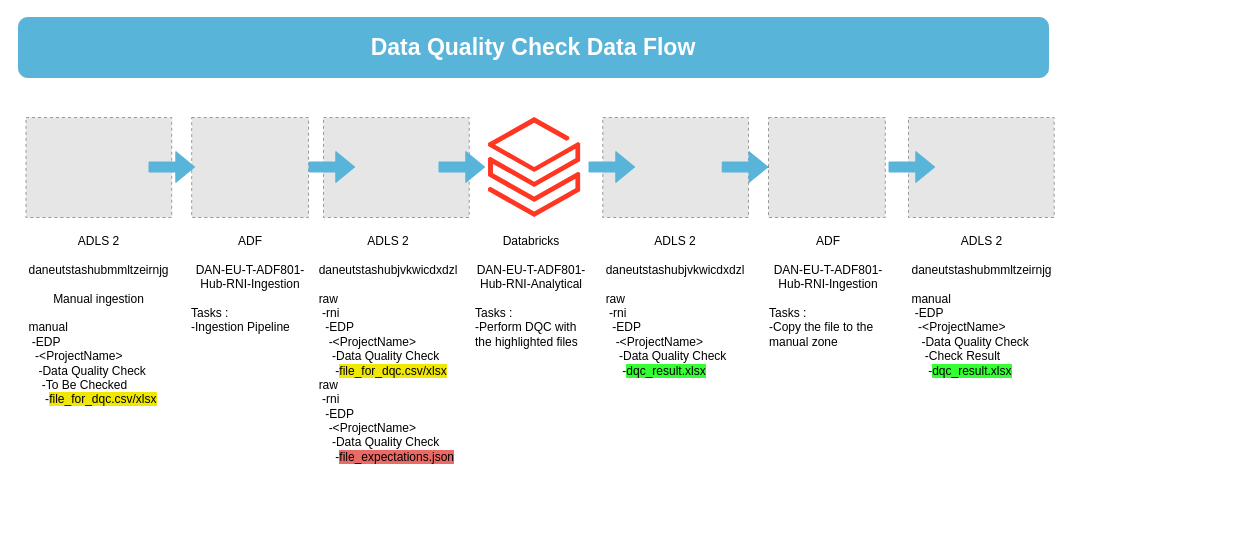
rawaaghali1/Streamlit_Data_Quality_Check keeps this draw.io diagram as Diagram test.drawio. Above is the earlier version. Source tidied: cells renumbered, new cells numbered last; positions are measured from the earlier drawing's top-left corner, leaving out a move shared by most shapes. Both pictures are drawn from the tidied source at 100%, with x=0, y=0 at pixel (18, 17). Pictures stored in the file or linked from it are replaced by grey dashed boxes.
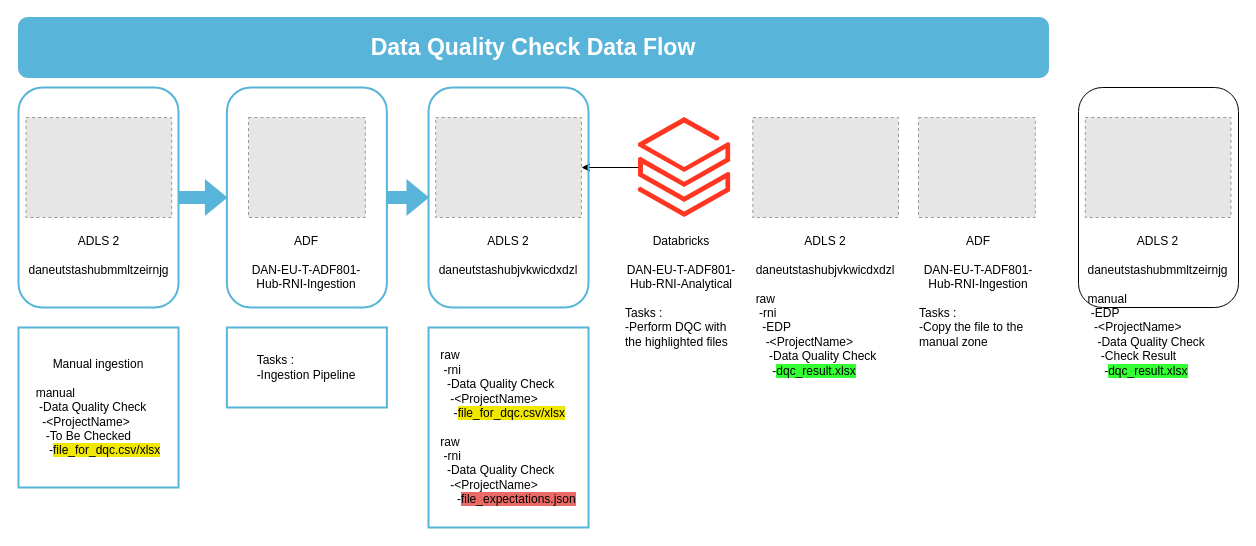
After the change.

The change refers to these unchanged cells:
```xml
<mxCell id="5" style="fillColor=#E6E6E6;strokeColor=#999999;dashed=1;verticalLabelPosition=bottom;labelBackgroundColor=default;verticalAlign=top;" parent="1" vertex="1">
  <mxGeometry x="7.5" y="100" width="145.7" height="100" as="geometry" />
</mxCell>
```

Diff of the diagram source:
```diff
@@
+    <mxCell id="25" style="rounded=1;whiteSpace=wrap;html=1;" parent="1" vertex="1">
+      <mxGeometry x="1060" y="70" width="160" height="220" as="geometry" />
+    </mxCell>
+    <mxCell id="26" style="edgeStyle=orthogonalEdgeStyle;rounded=0;jettySize=auto;html=1;exitX=1;exitY=0.5;exitDx=0;exitDy=0;entryX=0;entryY=0.5;entryDx=0;entryDy=0;strokeColor=#59b4d9;strokeWidth=2;shape=flexArrow;fillColor=#59b4d9;" parent="1" edge="1" source="27" target="32">
+      <mxGeometry relative="1" as="geometry" />
+    </mxCell>
+    <mxCell id="27" style="rounded=1;whiteSpace=wrap;html=1;fillColor=none;strokeColor=#59b4d9;strokeWidth=2;" parent="1" vertex="1">
+      <mxGeometry y="70" width="160" height="220" as="geometry" />
+    </mxCell>
     <mxCell id="2" style="fillColor=#E6E6E6;strokeColor=#999999;dashed=1;verticalLabelPosition=bottom;labelBackgroundColor=default;verticalAlign=top;" parent="1" vertex="1">
-      <mxGeometry x="584.3" y="100" width="145.7" height="100" as="geometry" />
+      <mxGeometry x="734.3" y="100" width="145.7" height="100" as="geometry" />
     </mxCell>
+    <mxCell id="28" style="edgeStyle=orthogonalEdgeStyle;rounded=0;jettySize=auto;html=1;" parent="1" edge="1" source="3" target="7">
+      <mxGeometry relative="1" as="geometry" />
+    </mxCell>
     <mxCell id="3" style="image;html=1;points=[];align=center;fontSize=12;image=img/lib/azure2/analytics/Azure_Databricks.svg;" parent="1" vertex="1">
-      <mxGeometry x="470" y="100" width="92.4" height="100" as="geometry" />
+      <mxGeometry x="620" y="100" width="92.4" height="100" as="geometry" />
     </mxCell>
-    <mxCell id="4" style="edgeStyle=orthogonalEdgeStyle;rounded=0;jettySize=auto;html=1;" parent="1" edge="1" source="5" target="9">
-      <mxGeometry relative="1" as="geometry" />
-    </mxCell>
@@
-    <mxCell id="6" value="ADLS 2&lt;br&gt;&lt;br&gt;daneutstashubmmltzeirnjg&lt;br&gt;&lt;br&gt;Manual ingestion&lt;br&gt;&lt;br&gt;&lt;div style=&quot;text-align: left;&quot;&gt;manual&lt;/div&gt;&lt;div style=&quot;text-align: left;&quot;&gt;&amp;nbsp;-EDP&lt;/div&gt;&lt;div style=&quot;text-align: left;&quot;&gt;&lt;span style=&quot;background-color: initial;&quot;&gt;&amp;nbsp; -&amp;lt;ProjectName&amp;gt;&lt;/span&gt;&lt;/div&gt;&lt;div style=&quot;text-align: left;&quot;&gt;&lt;span style=&quot;background-color: initial;&quot;&gt;&amp;nbsp; &amp;nbsp;-Data Quality Check&lt;/span&gt;&lt;/div&gt;&lt;div style=&quot;text-align: left;&quot;&gt;&lt;span style=&quot;background-color: initial;&quot;&gt;&amp;nbsp; &amp;nbsp; -To Be Checked&lt;/span&gt;&lt;/div&gt;&lt;div style=&quot;text-align: left;&quot;&gt;&lt;span style=&quot;background-color: initial;&quot;&gt;&amp;nbsp; &amp;nbsp; &amp;nbsp;-&lt;/span&gt;&lt;span style=&quot;background-color: rgb(240, 232, 0);&quot;&gt;file_for_dqc.csv/xlsx&lt;/span&gt;&lt;/div&gt;" style="text;strokeColor=none;align=center;fillColor=none;html=1;verticalAlign=top;whiteSpace=wrap;rounded=0;" parent="1" vertex="1">
-      <mxGeometry y="210" width="160.7" height="90" as="geometry" />
+    <mxCell id="6" value="ADLS 2&lt;br&gt;&lt;br&gt;daneutstashubmmltzeirnjg" style="text;strokeColor=none;align=center;fillColor=none;html=1;verticalAlign=top;whiteSpace=wrap;rounded=0;" parent="1" vertex="1">
+      <mxGeometry y="210" width="160.7" height="60" as="geometry" />
     </mxCell>
     <mxCell id="7" style="fillColor=#E6E6E6;strokeColor=#999999;dashed=1;verticalLabelPosition=bottom;labelBackgroundColor=default;verticalAlign=top;" parent="1" vertex="1">
-      <mxGeometry x="305" y="100" width="145.7" height="100" as="geometry" />
+      <mxGeometry x="417.2" y="100" width="145.7" height="100" as="geometry" />
     </mxCell>
-    <mxCell id="8" value="ADLS 2&lt;br&gt;&lt;br&gt;daneutstashubjvkwicdxdzl&lt;br&gt;&lt;br&gt;&lt;div style=&quot;text-align: left;&quot;&gt;raw&lt;/div&gt;&lt;div style=&quot;text-align: left;&quot;&gt;&amp;nbsp;-rni&lt;/div&gt;&lt;div style=&quot;text-align: left;&quot;&gt;&amp;nbsp; -EDP&lt;/div&gt;&lt;div style=&quot;text-align: left;&quot;&gt;&amp;nbsp; &amp;nbsp;-&amp;lt;ProjectName&amp;gt;&lt;/div&gt;&lt;div style=&quot;text-align: left;&quot;&gt;&amp;nbsp; &amp;nbsp; -&lt;span style=&quot;background-color: initial;&quot;&gt;Data Quality Check&lt;/span&gt;&lt;/div&gt;&lt;div style=&quot;text-align: left;&quot;&gt;&lt;span style=&quot;background-color: initial;&quot;&gt;&amp;nbsp; &amp;nbsp; &amp;nbsp;-&lt;/span&gt;&lt;span style=&quot;background-color: rgb(240, 232, 0);&quot;&gt;file_for_dqc.csv/xlsx&lt;/span&gt;&lt;/div&gt;&lt;div style=&quot;text-align: left;&quot;&gt;&lt;div style=&quot;border-color: var(--border-color);&quot;&gt;&lt;span style=&quot;background-color: initial;&quot;&gt;raw&lt;/span&gt;&lt;br&gt;&lt;/div&gt;&lt;div style=&quot;border-color: var(--border-color);&quot;&gt;&amp;nbsp;-rni&lt;/div&gt;&lt;div style=&quot;border-color: var(--border-color);&quot;&gt;&amp;nbsp; -EDP&lt;/div&gt;&lt;div style=&quot;border-color: var(--border-color);&quot;&gt;&amp;nbsp; &amp;nbsp;-&amp;lt;ProjectName&amp;gt;&lt;/div&gt;&lt;div style=&quot;border-color: var(--border-color);&quot;&gt;&amp;nbsp; &amp;nbsp; -Data Quality Check&lt;/div&gt;&lt;/div&gt;&lt;div style=&quot;text-align: left;&quot;&gt;&lt;span style=&quot;background-color: initial;&quot;&gt;&amp;nbsp; &amp;nbsp; &amp;nbsp;-&lt;/span&gt;&lt;span style=&quot;background-color: rgb(234, 107, 102);&quot;&gt;file_expectations.json&lt;/span&gt;&lt;/div&gt;&lt;div style=&quot;text-align: left;&quot;&gt;&lt;span style=&quot;background-color: initial;&quot;&gt;&lt;br&gt;&lt;/span&gt;&lt;/div&gt;&lt;div style=&quot;text-align: left;&quot;&gt;&lt;span style=&quot;background-color: initial;&quot;&gt;&lt;br&gt;&lt;/span&gt;&lt;/div&gt;&lt;div style=&quot;text-align: left;&quot;&gt;&lt;br&gt;&lt;/div&gt;" style="text;strokeColor=none;align=center;fillColor=none;html=1;verticalAlign=top;whiteSpace=wrap;rounded=0;" parent="1" vertex="1">
-      <mxGeometry x="290" y="210" width="160" height="250" as="geometry" />
+    <mxCell id="8" value="ADLS 2&lt;br&gt;&lt;br&gt;daneutstashubjvkwicdxdzl&lt;br&gt;&lt;br&gt;&lt;div style=&quot;text-align: left;&quot;&gt;&lt;br&gt;&lt;/div&gt;&lt;div style=&quot;text-align: left;&quot;&gt;&lt;span style=&quot;background-color: initial;&quot;&gt;&lt;br&gt;&lt;/span&gt;&lt;/div&gt;&lt;div style=&quot;text-align: left;&quot;&gt;&lt;br&gt;&lt;/div&gt;" style="text;strokeColor=none;align=center;fillColor=none;html=1;verticalAlign=top;whiteSpace=wrap;rounded=0;" parent="1" vertex="1">
+      <mxGeometry x="410" y="210" width="160" height="250" as="geometry" />
     </mxCell>
     <mxCell id="9" style="fillColor=#E6E6E6;strokeColor=#999999;dashed=1;verticalLabelPosition=bottom;labelBackgroundColor=default;verticalAlign=top;" parent="1" vertex="1">
-      <mxGeometry x="173.2" y="100" width="116.8" height="100" as="geometry" />
+      <mxGeometry x="230" y="100" width="116.8" height="100" as="geometry" />
     </mxCell>
     <mxCell id="10" style="fillColor=#E6E6E6;strokeColor=#999999;dashed=1;verticalLabelPosition=bottom;labelBackgroundColor=default;verticalAlign=top;" parent="1" vertex="1">
-      <mxGeometry x="890" y="100" width="145.7" height="100" as="geometry" />
+      <mxGeometry x="1066.8" y="100" width="145.7" height="100" as="geometry" />
     </mxCell>
     <mxCell id="11" value="ADLS 2&lt;br&gt;&lt;br&gt;daneutstashubmmltzeirnjg&lt;br&gt;&lt;br&gt;&lt;div style=&quot;text-align: left;&quot;&gt;&lt;div style=&quot;border-color: var(--border-color);&quot;&gt;manual&lt;/div&gt;&lt;div style=&quot;border-color: var(--border-color);&quot;&gt;&amp;nbsp;-EDP&lt;/div&gt;&lt;div style=&quot;border-color: var(--border-color);&quot;&gt;&amp;nbsp; -&amp;lt;ProjectName&amp;gt;&lt;/div&gt;&lt;div style=&quot;border-color: var(--border-color);&quot;&gt;&lt;span style=&quot;border-color: var(--border-color); background-color: initial;&quot;&gt;&amp;nbsp; &amp;nbsp;-Data Quality Check&lt;/span&gt;&lt;/div&gt;&lt;div style=&quot;border-color: var(--border-color);&quot;&gt;&lt;span style=&quot;border-color: var(--border-color); background-color: initial;&quot;&gt;&amp;nbsp; &amp;nbsp; -Check Result&lt;/span&gt;&lt;/div&gt;&lt;div style=&quot;border-color: var(--border-color);&quot;&gt;&lt;span style=&quot;border-color: var(--border-color); background-color: initial;&quot;&gt;&amp;nbsp; &amp;nbsp; &amp;nbsp;&lt;/span&gt;-&lt;span style=&quot;border-color: var(--border-color); background-color: rgb(51, 255, 51);&quot;&gt;dqc_result.xlsx&lt;/span&gt;&lt;/div&gt;&lt;div style=&quot;border-color: var(--border-color);&quot;&gt;&lt;br&gt;&lt;/div&gt;&lt;/div&gt;" style="text;strokeColor=none;align=center;fillColor=none;html=1;verticalAlign=top;whiteSpace=wrap;rounded=0;" parent="1" vertex="1">
-      <mxGeometry x="882.5" y="210" width="160.7" height="90" as="geometry" />
+      <mxGeometry x="1059.3" y="210" width="160.7" height="90" as="geometry" />
     </mxCell>
-    <mxCell id="12" style="shape=flexArrow;endArrow=classic;html=1;rounded=0;labelBackgroundColor=#59b4d9;fillColor=#59b4d9;strokeColor=#59b4d9;" parent="1" edge="1">
-      <mxGeometry relative="1" as="geometry">
-        <mxPoint x="130" y="149.5" as="sourcePoint" />
-        <mxPoint x="176.8" y="149.5" as="targetPoint" />
-      </mxGeometry>
-    </mxCell>
-    <mxCell id="13" style="edgeStyle=orthogonalEdgeStyle;rounded=0;jettySize=auto;html=1;" parent="1" edge="1" source="14" target="2">
-      <mxGeometry relative="1" as="geometry" />
-    </mxCell>
     <mxCell id="14" style="fillColor=#E6E6E6;strokeColor=#999999;dashed=1;verticalLabelPosition=bottom;labelBackgroundColor=default;verticalAlign=top;" parent="1" vertex="1">
-      <mxGeometry x="750" y="100" width="116.8" height="100" as="geometry" />
+      <mxGeometry x="900" y="100" width="116.8" height="100" as="geometry" />
     </mxCell>
-    <mxCell id="15" value="ADF&lt;br&gt;&lt;br&gt;DAN-EU-T-ADF801-Hub-RNI-Ingestion&lt;br&gt;&lt;br&gt;&lt;div style=&quot;text-align: left;&quot;&gt;&lt;span style=&quot;background-color: initial;&quot;&gt;Tasks :&lt;/span&gt;&lt;/div&gt;&lt;div style=&quot;text-align: left;&quot;&gt;&lt;span style=&quot;background-color: initial;&quot;&gt;-Ingestion Pipeline&lt;/span&gt;&lt;/div&gt;" style="text;strokeColor=none;align=center;fillColor=none;html=1;verticalAlign=top;whiteSpace=wrap;rounded=0;" parent="1" vertex="1">
-      <mxGeometry x="171.6" y="210" width="120" height="90" as="geometry" />
+    <mxCell id="15" value="ADF&lt;br&gt;&lt;br&gt;DAN-EU-T-ADF801-Hub-RNI-Ingestion&lt;br&gt;&lt;br&gt;&lt;div style=&quot;text-align: left;&quot;&gt;&lt;br&gt;&lt;/div&gt;" style="text;strokeColor=none;align=center;fillColor=none;html=1;verticalAlign=top;whiteSpace=wrap;rounded=0;" parent="1" vertex="1">
+      <mxGeometry x="228.4" y="210" width="120" height="90" as="geometry" />
     </mxCell>
     <mxCell id="16" value="Databricks&lt;br&gt;&lt;br&gt;DAN-EU-T-ADF801-Hub-RNI-Analytical&lt;br&gt;&lt;br&gt;&lt;div style=&quot;text-align: left;&quot;&gt;&lt;span style=&quot;background-color: initial;&quot;&gt;Tasks :&lt;/span&gt;&lt;/div&gt;&lt;div style=&quot;text-align: left;&quot;&gt;&lt;span style=&quot;background-color: initial;&quot;&gt;-Perform DQC with the highlighted files&lt;/span&gt;&lt;/div&gt;" style="text;strokeColor=none;align=center;fillColor=none;html=1;verticalAlign=top;whiteSpace=wrap;rounded=0;" parent="1" vertex="1">
-      <mxGeometry x="456.2" y="210" width="113.8" height="90" as="geometry" />
+      <mxGeometry x="606.2" y="210" width="113.8" height="90" as="geometry" />
     </mxCell>
     <mxCell id="17" value="ADLS 2&lt;br&gt;&lt;br&gt;daneutstashubjvkwicdxdzl&lt;br&gt;&lt;br&gt;&lt;div style=&quot;text-align: left;&quot;&gt;raw&lt;/div&gt;&lt;div style=&quot;text-align: left;&quot;&gt;&amp;nbsp;-rni&lt;/div&gt;&lt;div style=&quot;text-align: left;&quot;&gt;&amp;nbsp; -EDP&lt;/div&gt;&lt;div style=&quot;text-align: left;&quot;&gt;&amp;nbsp; &amp;nbsp;-&amp;lt;ProjectName&amp;gt;&lt;/div&gt;&lt;div style=&quot;text-align: left;&quot;&gt;&amp;nbsp; &amp;nbsp; -&lt;span style=&quot;background-color: initial;&quot;&gt;Data Quality Check&lt;/span&gt;&lt;/div&gt;&lt;div style=&quot;text-align: left;&quot;&gt;&amp;nbsp; &amp;nbsp; &amp;nbsp;-&lt;span style=&quot;background-color: rgb(51, 255, 51);&quot;&gt;dqc_result.xlsx&lt;/span&gt;&lt;/div&gt;" style="text;strokeColor=none;align=center;fillColor=none;html=1;verticalAlign=top;whiteSpace=wrap;rounded=0;" parent="1" vertex="1">
-      <mxGeometry x="577.1" y="210" width="160" height="250" as="geometry" />
+      <mxGeometry x="727.1" y="210" width="160" height="250" as="geometry" />
     </mxCell>
     <mxCell id="18" value="ADF&lt;br&gt;&lt;br&gt;DAN-EU-T-ADF801-Hub-RNI-Ingestion&lt;br&gt;&lt;br&gt;&lt;div style=&quot;text-align: left;&quot;&gt;&lt;span style=&quot;background-color: initial;&quot;&gt;Tasks :&lt;/span&gt;&lt;/div&gt;&lt;div style=&quot;text-align: left;&quot;&gt;-Copy the file to the manual zone&lt;/div&gt;" style="text;strokeColor=none;align=center;fillColor=none;html=1;verticalAlign=top;whiteSpace=wrap;rounded=0;" parent="1" vertex="1">
-      <mxGeometry x="750" y="210" width="120" height="90" as="geometry" />
+      <mxGeometry x="900" y="210" width="120" height="90" as="geometry" />
     </mxCell>
-    <mxCell id="19" style="shape=flexArrow;endArrow=classic;html=1;rounded=0;labelBackgroundColor=#59b4d9;fillColor=#59b4d9;strokeColor=#59b4d9;" parent="1" edge="1">
-      <mxGeometry relative="1" as="geometry">
-        <mxPoint x="290" y="149.5" as="sourcePoint" />
-        <mxPoint x="336.8" y="149.5" as="targetPoint" />
-      </mxGeometry>
-    </mxCell>
-    <mxCell id="20" style="shape=flexArrow;endArrow=classic;html=1;rounded=0;labelBackgroundColor=#59b4d9;fillColor=#59b4d9;strokeColor=#59b4d9;" parent="1" edge="1">
-      <mxGeometry relative="1" as="geometry">
-        <mxPoint x="420" y="149.5" as="sourcePoint" />
-        <mxPoint x="466.8" y="149.5" as="targetPoint" />
-      </mxGeometry>
-    </mxCell>
-    <mxCell id="21" style="shape=flexArrow;endArrow=classic;html=1;rounded=0;labelBackgroundColor=#59b4d9;fillColor=#59b4d9;strokeColor=#59b4d9;" parent="1" edge="1">
-      <mxGeometry relative="1" as="geometry">
-        <mxPoint x="570" y="149.5" as="sourcePoint" />
-        <mxPoint x="616.8" y="149.5" as="targetPoint" />
-      </mxGeometry>
-    </mxCell>
-    <mxCell id="22" style="shape=flexArrow;endArrow=classic;html=1;rounded=0;labelBackgroundColor=#59b4d9;fillColor=#59b4d9;strokeColor=#59b4d9;" parent="1" edge="1">
-      <mxGeometry relative="1" as="geometry">
-        <mxPoint x="703.2" y="149.5" as="sourcePoint" />
-        <mxPoint x="750" y="149.5" as="targetPoint" />
-      </mxGeometry>
-    </mxCell>
-    <mxCell id="23" style="shape=flexArrow;endArrow=classic;html=1;rounded=0;labelBackgroundColor=#59b4d9;fillColor=#59b4d9;strokeColor=#59b4d9;" parent="1" edge="1">
-      <mxGeometry relative="1" as="geometry">
-        <mxPoint x="870" y="149.5" as="sourcePoint" />
-        <mxPoint x="916.8" y="149.5" as="targetPoint" />
-      </mxGeometry>
-    </mxCell>
@@
+    <mxCell id="29" value="Manual ingestion&lt;br style=&quot;border-color: var(--border-color);&quot;&gt;&lt;br style=&quot;border-color: var(--border-color);&quot;&gt;&lt;div style=&quot;border-color: var(--border-color); text-align: left;&quot;&gt;manual&lt;/div&gt;&lt;div style=&quot;border-color: var(--border-color); text-align: left;&quot;&gt;&amp;nbsp;-Data Quality Check&lt;/div&gt;&lt;div style=&quot;border-color: var(--border-color); text-align: left;&quot;&gt;&lt;span style=&quot;border-color: var(--border-color); background-color: initial;&quot;&gt;&amp;nbsp; -&amp;lt;ProjectName&amp;gt;&lt;/span&gt;&lt;/div&gt;&lt;div style=&quot;border-color: var(--border-color); text-align: left;&quot;&gt;&lt;span style=&quot;border-color: var(--border-color); background-color: initial;&quot;&gt;&amp;nbsp; &amp;nbsp;-To Be Checked&lt;/span&gt;&lt;br style=&quot;border-color: var(--border-color);&quot;&gt;&lt;/div&gt;&lt;div style=&quot;border-color: var(--border-color); text-align: left;&quot;&gt;&lt;span style=&quot;border-color: var(--border-color); background-color: initial;&quot;&gt;&amp;nbsp; &amp;nbsp; -&lt;/span&gt;&lt;span style=&quot;border-color: var(--border-color); background-color: rgb(240, 232, 0);&quot;&gt;file_for_dqc.csv/xlsx&lt;/span&gt;&lt;/div&gt;" style="rounded=0;whiteSpace=wrap;html=1;strokeColor=#59b4d9;strokeWidth=2;" parent="1" vertex="1">
+      <mxGeometry y="310" width="160" height="160" as="geometry" />
+    </mxCell>
+    <mxCell id="30" value="&lt;div style=&quot;border-color: var(--border-color); text-align: left;&quot;&gt;Tasks :&lt;/div&gt;&lt;div style=&quot;border-color: var(--border-color); text-align: left;&quot;&gt;&lt;span style=&quot;border-color: var(--border-color); background-color: initial;&quot;&gt;-Ingestion Pipeline&lt;/span&gt;&lt;/div&gt;" style="rounded=0;whiteSpace=wrap;html=1;strokeColor=#59b4d9;strokeWidth=2;" parent="1" vertex="1">
+      <mxGeometry x="208.4" y="310" width="160" height="80" as="geometry" />
+    </mxCell>
+    <mxCell id="31" style="edgeStyle=orthogonalEdgeStyle;rounded=0;jettySize=auto;html=1;exitX=1;exitY=0.5;exitDx=0;exitDy=0;entryX=0;entryY=0.5;entryDx=0;entryDy=0;shape=flexArrow;strokeWidth=2;fillColor=#59b4d9;strokeColor=#59b4d9;" parent="1" edge="1" source="32" target="33">
+      <mxGeometry relative="1" as="geometry" />
+    </mxCell>
+    <mxCell id="32" style="rounded=1;whiteSpace=wrap;html=1;fillColor=none;strokeColor=#59b4d9;strokeWidth=2;" parent="1" vertex="1">
+      <mxGeometry x="208.4" y="70" width="160" height="220" as="geometry" />
+    </mxCell>
+    <mxCell id="33" style="rounded=1;whiteSpace=wrap;html=1;fillColor=none;strokeColor=#59b4d9;strokeWidth=2;" parent="1" vertex="1">
+      <mxGeometry x="410" y="70" width="160" height="220" as="geometry" />
+    </mxCell>
+    <mxCell id="34" value="&lt;div style=&quot;border-color: var(--border-color); text-align: left;&quot;&gt;&lt;div style=&quot;border-color: var(--border-color);&quot;&gt;raw&lt;/div&gt;&lt;div style=&quot;border-color: var(--border-color);&quot;&gt;&amp;nbsp;-rni&lt;/div&gt;&lt;div style=&quot;border-color: var(--border-color);&quot;&gt;&amp;nbsp; -Data Quality Check&lt;/div&gt;&lt;div style=&quot;border-color: var(--border-color);&quot;&gt;&amp;nbsp; &amp;nbsp;-&amp;lt;ProjectName&amp;gt;&lt;/div&gt;&lt;div style=&quot;border-color: var(--border-color);&quot;&gt;&lt;span style=&quot;border-color: var(--border-color); background-color: initial;&quot;&gt;&amp;nbsp; &amp;nbsp; -&lt;/span&gt;&lt;span style=&quot;border-color: var(--border-color); background-color: rgb(240, 232, 0);&quot;&gt;file_for_dqc.csv/xlsx&lt;/span&gt;&lt;/div&gt;&lt;div style=&quot;border-color: var(--border-color);&quot;&gt;&lt;div style=&quot;border-color: var(--border-color);&quot;&gt;&lt;span style=&quot;border-color: var(--border-color); background-color: initial;&quot;&gt;&lt;br&gt;&lt;/span&gt;&lt;/div&gt;&lt;div style=&quot;border-color: var(--border-color);&quot;&gt;&lt;span style=&quot;border-color: var(--border-color); background-color: initial;&quot;&gt;raw&lt;/span&gt;&lt;br style=&quot;border-color: var(--border-color);&quot;&gt;&lt;/div&gt;&lt;div style=&quot;border-color: var(--border-color);&quot;&gt;&amp;nbsp;-rni&lt;/div&gt;&lt;div style=&quot;border-color: var(--border-color);&quot;&gt;&amp;nbsp; -Data Quality Check&lt;/div&gt;&lt;div style=&quot;border-color: var(--border-color);&quot;&gt;&amp;nbsp; &amp;nbsp;-&amp;lt;ProjectName&amp;gt;&lt;/div&gt;&lt;/div&gt;&lt;div style=&quot;border-color: var(--border-color);&quot;&gt;&lt;span style=&quot;border-color: var(--border-color); background-color: initial;&quot;&gt;&amp;nbsp; &amp;nbsp; &amp;nbsp;-&lt;/span&gt;&lt;span style=&quot;border-color: var(--border-color); background-color: rgb(234, 107, 102);&quot;&gt;file_expectations.json&lt;/span&gt;&lt;/div&gt;&lt;/div&gt;" style="rounded=0;whiteSpace=wrap;html=1;strokeColor=#59b4d9;strokeWidth=2;" parent="1" vertex="1">
+      <mxGeometry x="410" y="310" width="160" height="200" as="geometry" />
+    </mxCell>
```
